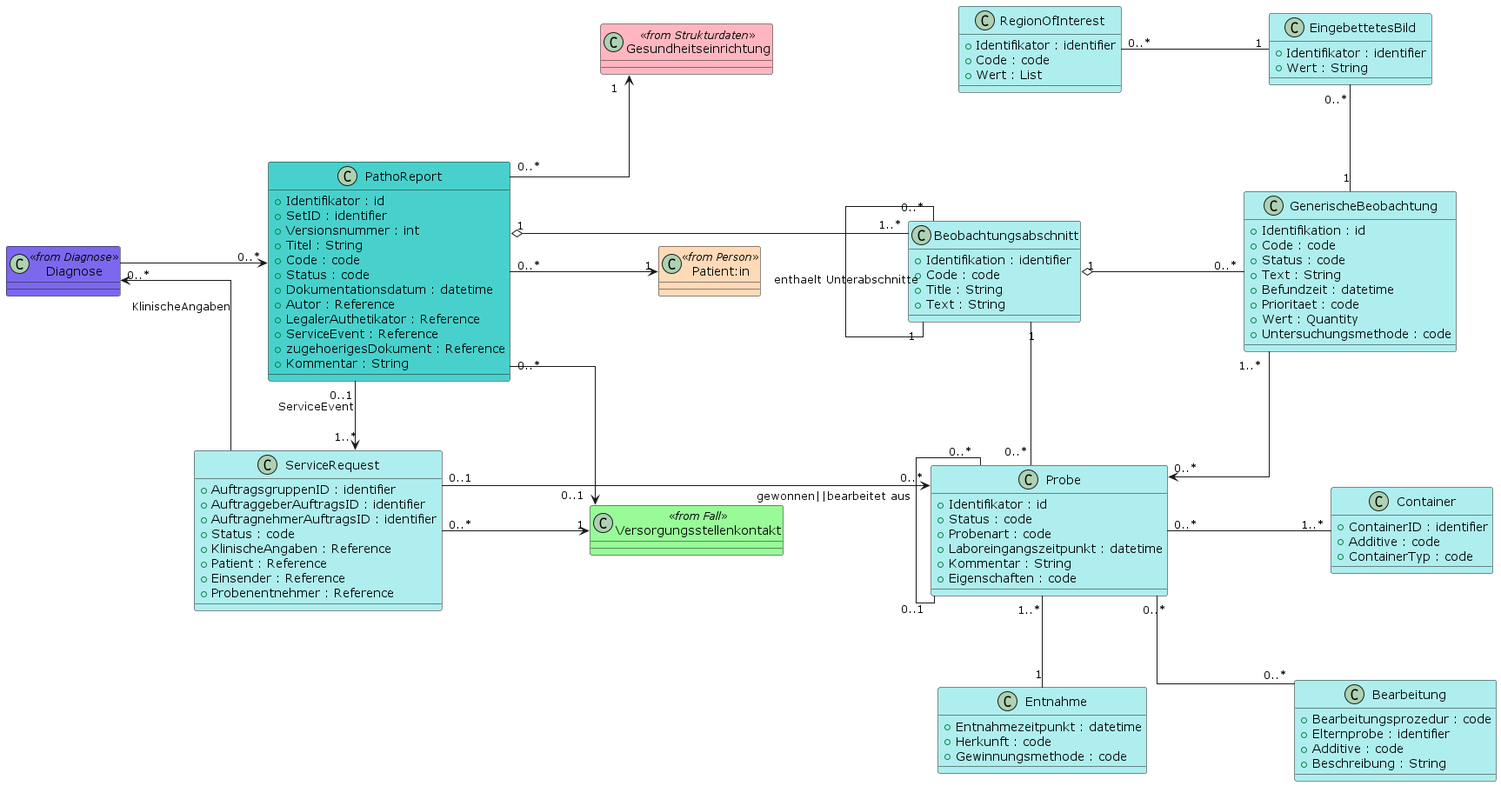
Above: ig/bilder/patho_uml_v1.0.0.png in medizininformatik-initiative/kerndatensatzmodul-PathologieBefund (PlantUML), before the change.
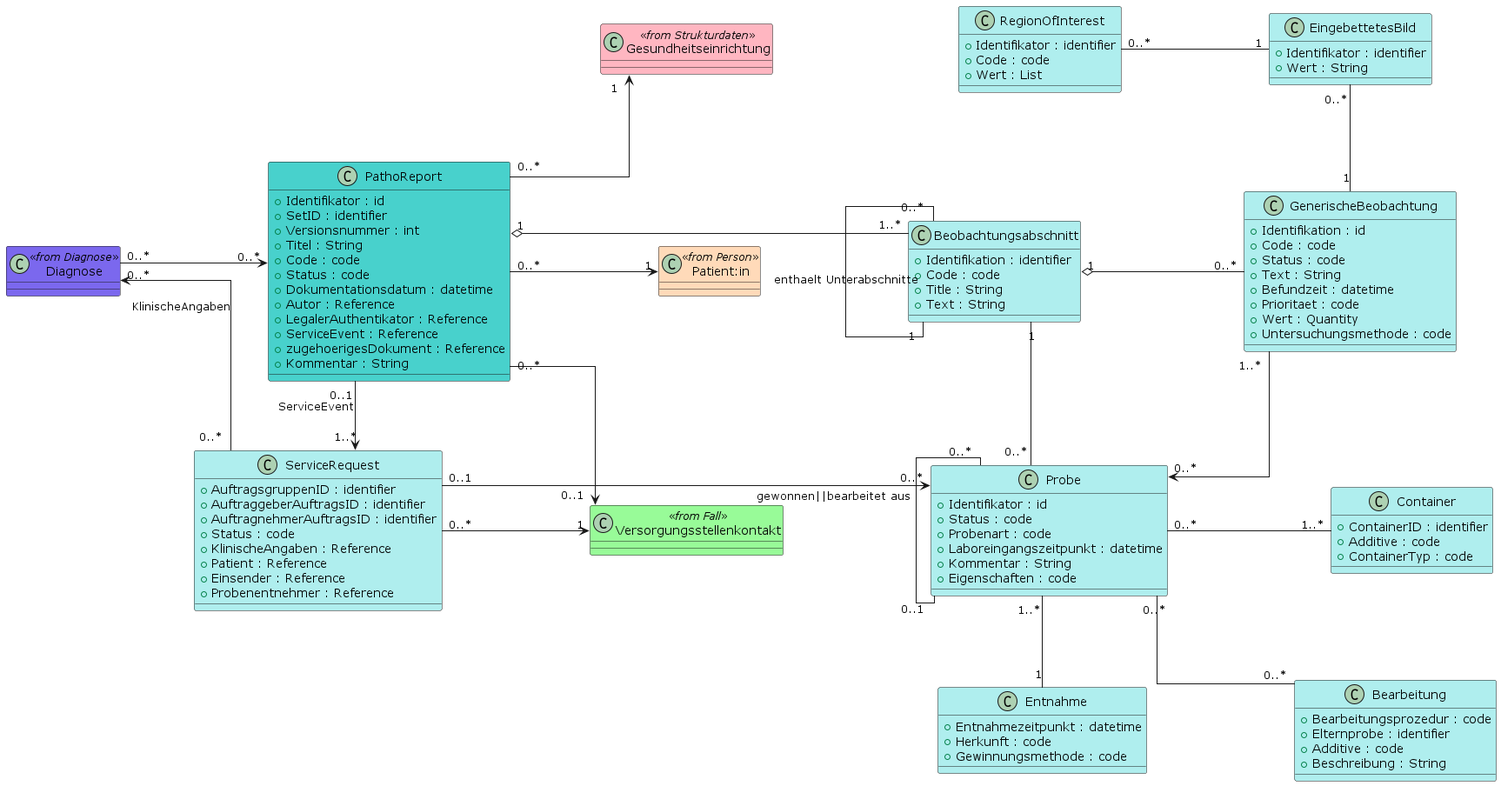
Above is the later version.

Commit message:
Corrected misspelled word and added missing Condition cardinalities

Change to the diagram source:
```diff
@@ -18,8 +18,8 @@
 PathoReport "0..*" -> "0..1" Encounter
 PathoReport "0..*" -> "1" Organization
 ServiceRequest "0..*" -> "1" Encounter
-Condition -> "0..*" PathoReport
-ServiceRequest -l-> "0..*" Condition : KlinischeAngaben
+Condition "0..*" -> "0..*" PathoReport
+ServiceRequest "0..*" -l-> "0..*" Condition : KlinischeAngaben
 
 together {
   class "Pathologiebefundbericht" as PathoReport #MediumTurquoise
@@ -51,7 +51,7 @@
   +Status : code
   +Dokumentationsdatum : datetime
   +Autor : Reference
-  +LegalerAuthetikator : Reference
+  +LegalerAuthentikator : Reference
   +ServiceEvent : Reference
   +zugehoerigesDokument : Reference
   +Kommentar : String
```
